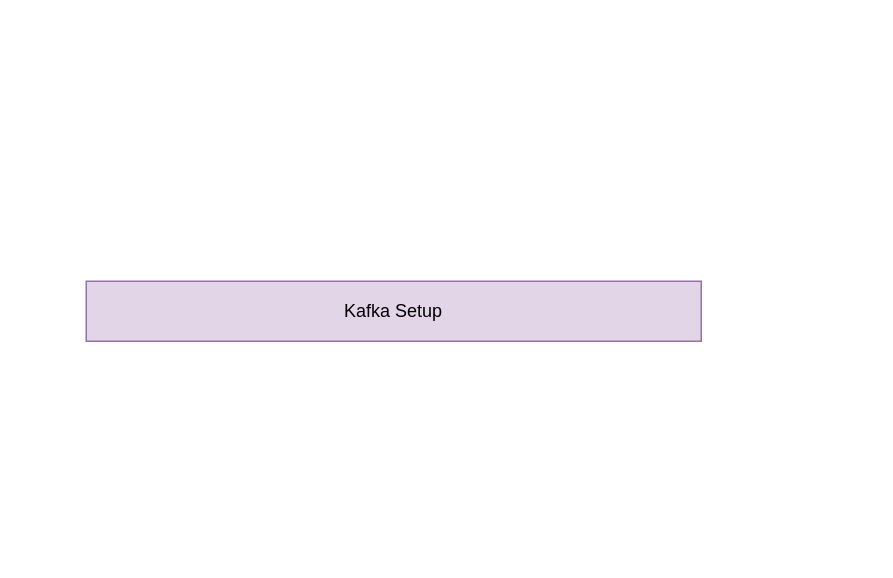
The draw.io diagram Untitled Diagram.drawio in prahladvvs/spring-msa-cloud-config, before the edit. Source tidied: cells renumbered, new cells numbered last; positions are measured from the earlier drawing's top-left corner, leaving out a move shared by most shapes. Both pictures are drawn from the tidied source at 150%, with x=0, y=0 at pixel (86, 280).
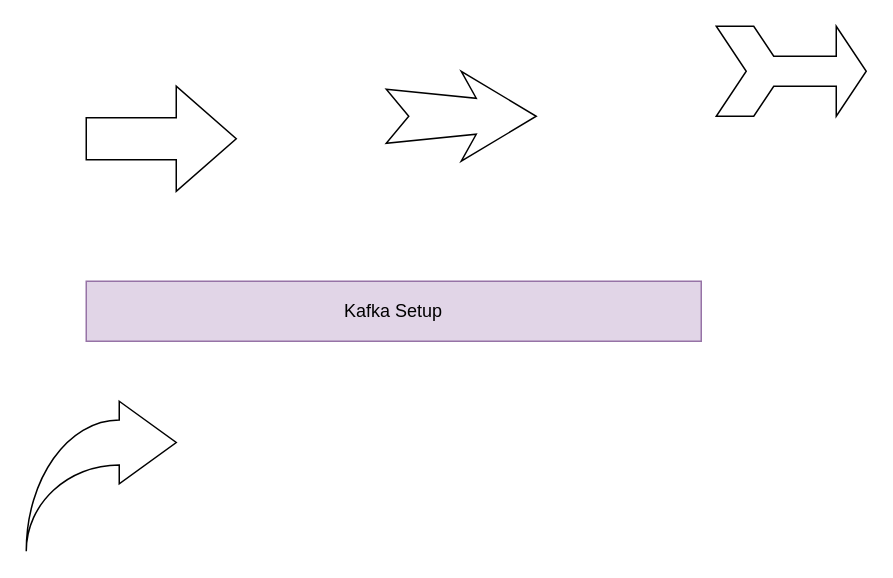
The same diagram, later.

What changed in the source:
```diff
@@
 <mxGraphModel>
   <root>
     <mxCell id="0" />
     <mxCell id="1" parent="0" />
     <mxCell id="2" value="Kafka Setup" style="rounded=0;whiteSpace=wrap;html=1;fillColor=#e1d5e7;strokeColor=#9673a6;" parent="1" vertex="1">
       <mxGeometry width="410" height="40" as="geometry" />
     </mxCell>
+    <mxCell id="3" style="html=1;shadow=0;dashed=0;align=center;verticalAlign=middle;shape=mxgraph.arrows2.arrow;dy=0.6;dx=40;notch=0;" parent="1" vertex="1">
+      <mxGeometry y="-130" width="100" height="70" as="geometry" />
+    </mxCell>
+    <mxCell id="4" style="html=1;shadow=0;dashed=0;align=center;verticalAlign=middle;shape=mxgraph.arrows2.stylisedArrow;dy=0.6;dx=40;notch=15;feather=0.4;" parent="1" vertex="1">
+      <mxGeometry x="200" y="-140" width="100" height="60" as="geometry" />
+    </mxCell>
+    <mxCell id="5" style="html=1;shadow=0;dashed=0;align=center;verticalAlign=middle;shape=mxgraph.arrows2.tailedNotchedArrow;dy1=10;dx1=20;notch=20;arrowHead=20;dx2=25;dy2=30;" parent="1" vertex="1">
+      <mxGeometry x="420" y="-170" width="100" height="60" as="geometry" />
+    </mxCell>
+    <mxCell id="6" style="html=1;shadow=0;dashed=0;align=center;verticalAlign=middle;shape=mxgraph.arrows2.jumpInArrow;dy=15;dx=38;arrowHead=55;" parent="1" vertex="1">
+      <mxGeometry x="-40" y="80" width="100" height="100" as="geometry" />
+    </mxCell>
   </root>
 </mxGraphModel>
```
